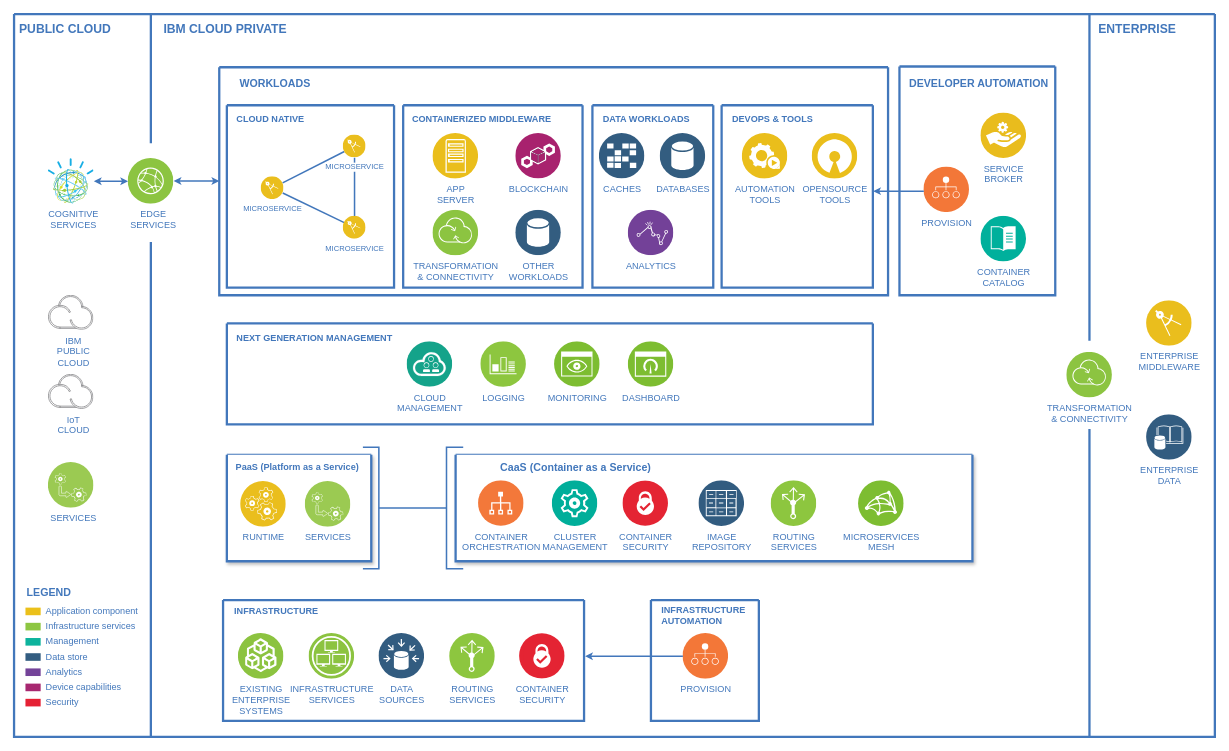
sandeepkoluguri/koluguri-iot keeps this draw.io diagram as page "Page-1" (1 of 2) of Untitled Diagram.drawio. Above is the earlier version. Source tidied: cells renumbered, new cells numbered last; positions are measured from the earlier drawing's top-left corner, leaving out a move shared by most shapes. Both pictures are drawn from the tidied source at 76%, with x=0, y=0 at pixel (14, 14).
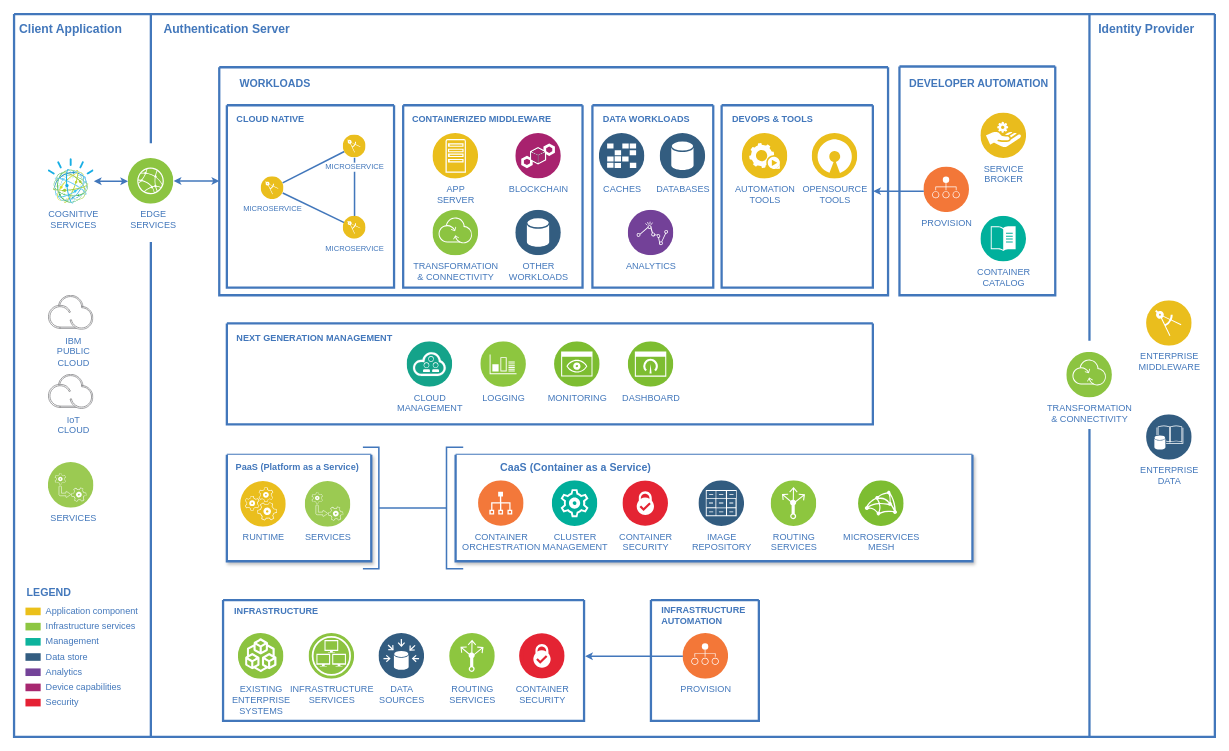
The same page after the edit.

Unchanged cells that the change refers to:
```xml
<mxCell id="2" style="swimlane;shadow=0;strokeColor=#4277BB;fillColor=#ffffff;fontColor=none;align=right;startSize=0;noLabel=1;strokeWidth=3;" parent="1" vertex="1">
  <mxGeometry width="1580" height="951" as="geometry" />
</mxCell>
```

Change to the diagram source:
```diff
@@
-    <mxCell id="6" value="PUBLIC CLOUD" style="text;html=1;align=left;verticalAlign=middle;fontColor=#4277BB;shadow=0;dashed=0;strokeColor=none;fillColor=none;labelBackgroundColor=none;fontStyle=1;fontSize=16;spacingLeft=5;" parent="2" vertex="1">
+    <mxCell id="6" value="Client Application" style="text;html=1;align=left;verticalAlign=middle;fontColor=#4277BB;shadow=0;dashed=0;strokeColor=none;fillColor=none;labelBackgroundColor=none;fontStyle=1;fontSize=16;spacingLeft=5;" parent="2" vertex="1">
       <mxGeometry y="10" width="150" height="20" as="geometry" />
     </mxCell>
@@
-    <mxCell id="9" value="IBM CLOUD PRIVATE" style="text;html=1;align=left;verticalAlign=middle;fontColor=#4277BB;shadow=0;dashed=0;strokeColor=none;fillColor=none;labelBackgroundColor=none;fontStyle=1;fontSize=16;spacingLeft=5;" parent="2" vertex="1">
+    <mxCell id="9" value="Authentication Server" style="text;html=1;align=left;verticalAlign=middle;fontColor=#4277BB;shadow=0;dashed=0;strokeColor=none;fillColor=none;labelBackgroundColor=none;fontStyle=1;fontSize=16;spacingLeft=5;" parent="2" vertex="1">
       <mxGeometry x="190" y="10" width="150" height="20" as="geometry" />
     </mxCell>
-    <mxCell id="10" value="ENTERPRISE" style="text;html=1;align=left;verticalAlign=middle;fontColor=#4277BB;shadow=0;dashed=0;strokeColor=none;fillColor=none;labelBackgroundColor=none;fontStyle=1;fontSize=16;spacingLeft=5;" parent="2" vertex="1">
+    <mxCell id="10" value="Identity Provider" style="text;html=1;align=left;verticalAlign=middle;fontColor=#4277BB;shadow=0;dashed=0;strokeColor=none;fillColor=none;labelBackgroundColor=none;fontStyle=1;fontSize=16;spacingLeft=5;" parent="2" vertex="1">
       <mxGeometry x="1420" y="10" width="140" height="20" as="geometry" />
     </mxCell>
```
